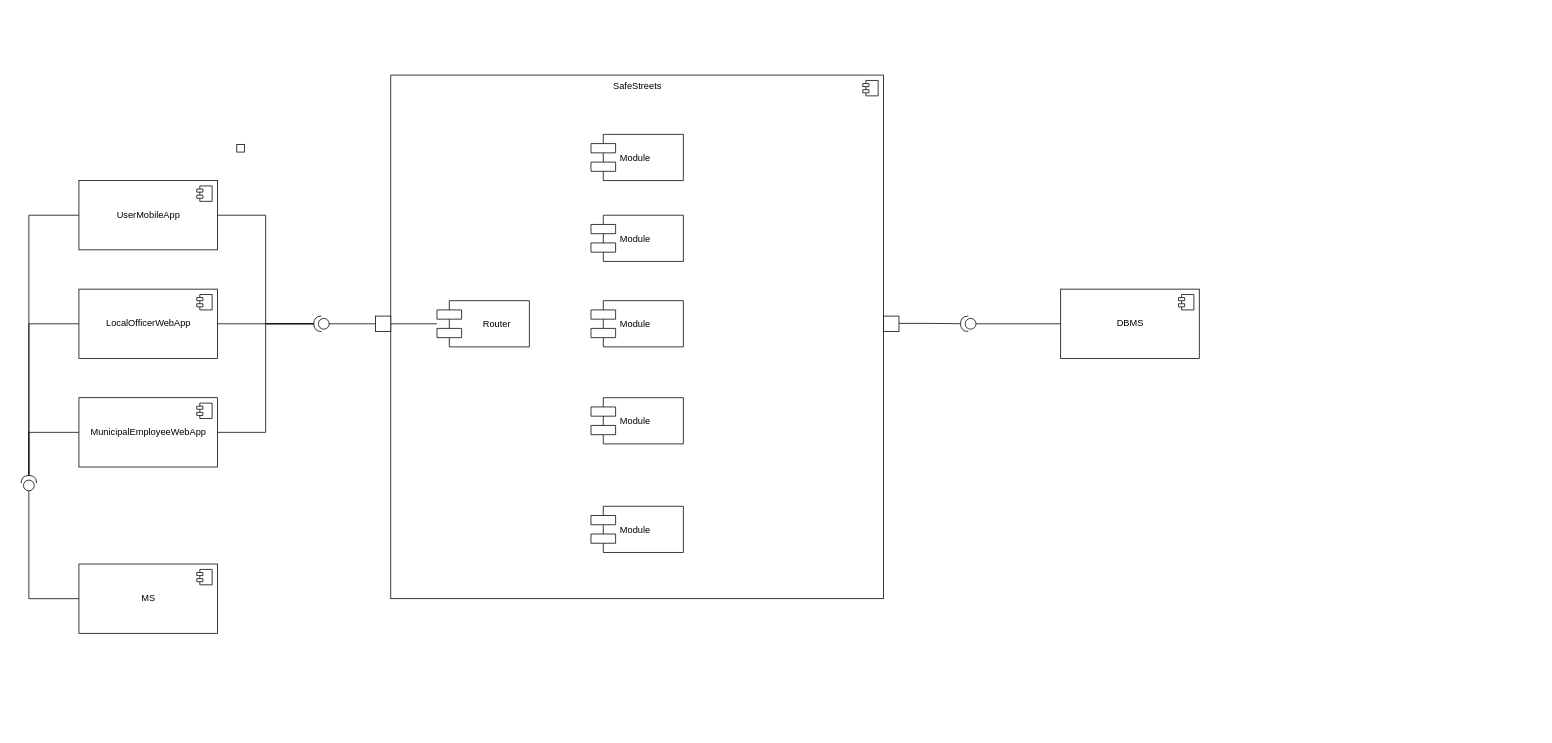
Above: DD/ComponentDiagram.drawio in MarkNuar/Project_SE2 (draw.io), before the change. Source tidied: cells renumbered, new cells numbered last; positions are measured from the earlier drawing's top-left corner, leaving out a move shared by most shapes. Both pictures are drawn from the tidied source at 77%, with x=0, y=0 at pixel (21, 75).
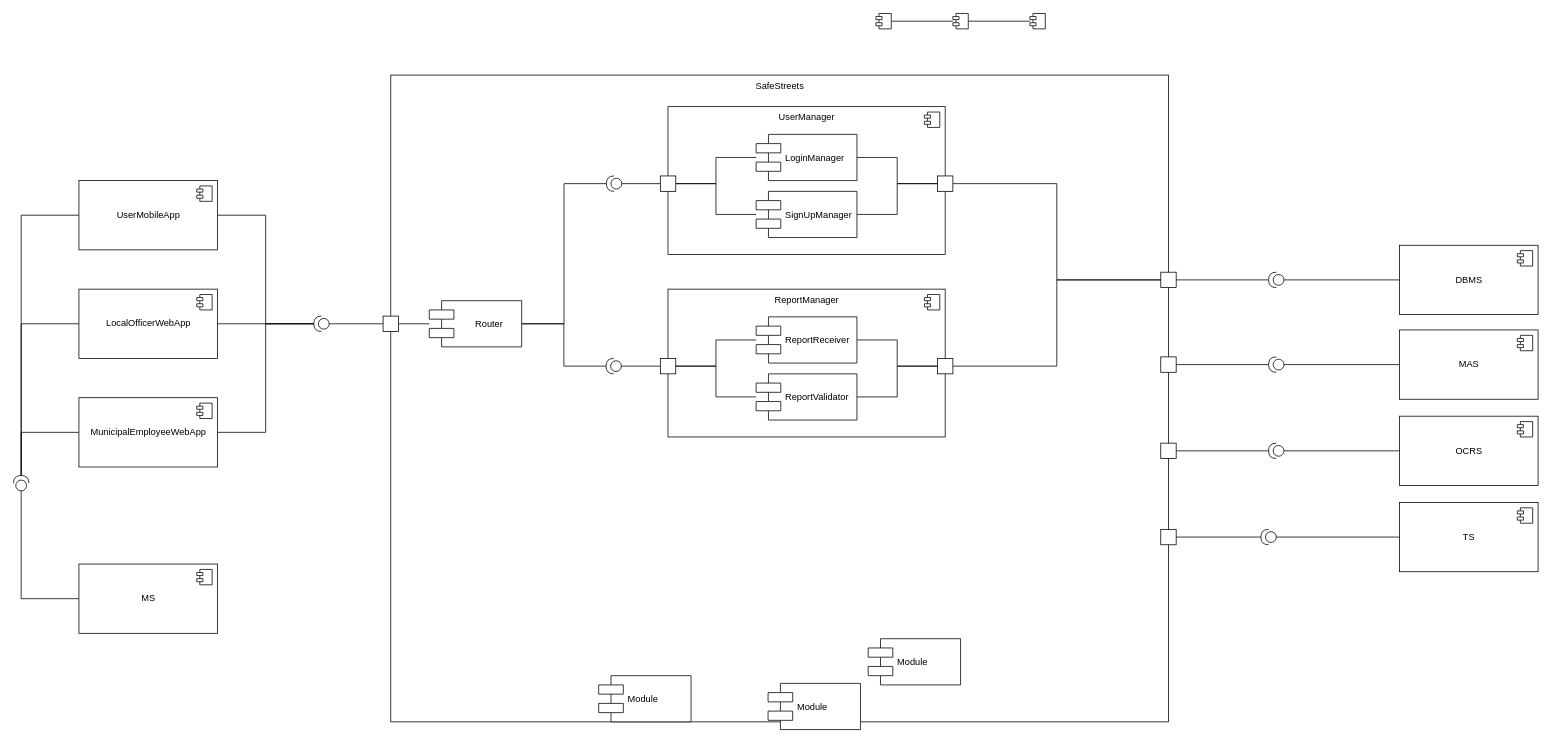
Above is the later version.

The change refers to these unchanged cells:
```xml
<mxCell id="12" style="shape=providedRequiredInterface;html=1;verticalLabelPosition=bottom;rotation=-180;" parent="1" vertex="1">
  <mxGeometry x="380" y="313" width="20" height="20" as="geometry" />
</mxCell>
```

What changed in the source:
```diff
@@
-    <mxCell id="2" value="SafeStreets" style="html=1;verticalAlign=top;" parent="1" vertex="1">
-      <mxGeometry x="480" width="640" height="680" as="geometry" />
-    </mxCell>
-    <mxCell id="3" style="shape=component;jettyWidth=8;jettyHeight=4;" parent="2" vertex="1">
-      <mxGeometry x="1" width="20" height="20" relative="1" as="geometry">
-        <mxPoint x="-27" y="7" as="offset" />
-      </mxGeometry>
-    </mxCell>
-    <mxCell id="4" value="Module" style="shape=component;align=left;spacingLeft=36;" parent="2" vertex="1">
-      <mxGeometry x="260" y="77" width="120" height="60" as="geometry" />
-    </mxCell>
-    <mxCell id="5" value="Module" style="shape=component;align=left;spacingLeft=36;" parent="2" vertex="1">
-      <mxGeometry x="260" y="182" width="120" height="60" as="geometry" />
-    </mxCell>
-    <mxCell id="6" value="Module" style="shape=component;align=left;spacingLeft=36;" parent="2" vertex="1">
-      <mxGeometry x="260" y="293" width="120" height="60" as="geometry" />
-    </mxCell>
-    <mxCell id="7" value="Module" style="shape=component;align=left;spacingLeft=36;" parent="2" vertex="1">
-      <mxGeometry x="260" y="419" width="120" height="60" as="geometry" />
-    </mxCell>
-    <mxCell id="8" value="Module" style="shape=component;align=left;spacingLeft=36;" parent="2" vertex="1">
-      <mxGeometry x="260" y="560" width="120" height="60" as="geometry" />
-    </mxCell>
@@
-    <mxCell id="16" style="edgeStyle=orthogonalEdgeStyle;rounded=0;jettySize=auto;html=1;entryX=0;entryY=0.5;entryDx=0;entryDy=0;entryPerimeter=0;startArrow=none;startFill=0;endArrow=none;endFill=0;" parent="1" edge="1" source="17" target="12">
-      <mxGeometry relative="1" as="geometry" />
-    </mxCell>
-    <mxCell id="17" value="Router" style="shape=component;align=center;spacingLeft=36;" parent="1" vertex="1">
-      <mxGeometry x="540" y="293" width="120" height="60" as="geometry" />
-    </mxCell>
@@
     <mxCell id="19" style="shape=providedRequiredInterface;html=1;verticalLabelPosition=bottom;fontSize=8;align=center;rotation=-90;" parent="1" vertex="1">
-      <mxGeometry y="520" width="20" height="20" as="geometry" />
+      <mxGeometry x="-10" y="520" width="20" height="20" as="geometry" />
     </mxCell>
-    <mxCell id="20" style="edgeStyle=orthogonalEdgeStyle;rounded=0;jettySize=auto;html=1;entryX=0;entryY=0.5;entryDx=0;entryDy=0;entryPerimeter=0;startArrow=none;startFill=0;endArrow=none;endFill=0;fontSize=8;exitX=0;exitY=0.5;exitDx=0;exitDy=0;" parent="1" edge="1" source="33" target="21">
-      <mxGeometry relative="1" as="geometry" />
-    </mxCell>
-    <mxCell id="21" style="shape=providedRequiredInterface;html=1;verticalLabelPosition=bottom;fontSize=8;align=center;rotation=180;" parent="1" vertex="1">
-      <mxGeometry x="1220" y="313" width="20" height="20" as="geometry" />
-    </mxCell>
-    <mxCell id="22" style="whiteSpace=wrap;html=1;align=center;" parent="1" vertex="1">
-      <mxGeometry x="280" y="90" width="10" height="10" as="geometry" />
-    </mxCell>
-    <mxCell id="23" style="whiteSpace=wrap;html=1;" parent="1" vertex="1">
-      <mxGeometry x="460" y="313" width="20" height="20" as="geometry" />
-    </mxCell>
@@
+    <mxCell id="2" value="SafeStreets" style="html=1;verticalAlign=top;" parent="1" vertex="1">
+      <mxGeometry x="480" width="1010" height="840" as="geometry" />
+    </mxCell>
+    <mxCell id="6" value="Module" style="shape=component;align=left;spacingLeft=36;" parent="1" vertex="1">
+      <mxGeometry x="1100" y="732" width="120" height="60" as="geometry" />
+    </mxCell>
+    <mxCell id="7" value="Module" style="shape=component;align=left;spacingLeft=36;" parent="1" vertex="1">
+      <mxGeometry x="750" y="780" width="120" height="60" as="geometry" />
+    </mxCell>
+    <mxCell id="8" value="Module" style="shape=component;align=left;spacingLeft=36;" parent="1" vertex="1">
+      <mxGeometry x="970" y="790" width="120" height="60" as="geometry" />
+    </mxCell>
+    <mxCell id="37" style="edgeStyle=orthogonalEdgeStyle;rounded=0;jettySize=auto;html=1;entryX=1;entryY=0.5;entryDx=0;entryDy=0;endArrow=none;endFill=0;" parent="1" edge="1" source="17" target="41">
+      <mxGeometry relative="1" as="geometry" />
+    </mxCell>
+    <mxCell id="38" style="edgeStyle=orthogonalEdgeStyle;rounded=0;jumpStyle=none;jettySize=auto;html=1;entryX=1;entryY=0.5;entryDx=0;entryDy=0;entryPerimeter=0;endArrow=none;endFill=0;" parent="1" edge="1" source="17" target="69">
+      <mxGeometry relative="1" as="geometry" />
+    </mxCell>
+    <mxCell id="39" style="edgeStyle=orthogonalEdgeStyle;rounded=0;jumpStyle=none;jettySize=auto;html=1;entryX=1;entryY=0.5;entryDx=0;entryDy=0;entryPerimeter=0;endArrow=none;endFill=0;" parent="1" edge="1" source="17" target="82">
+      <mxGeometry relative="1" as="geometry" />
+    </mxCell>
+    <mxCell id="17" value="Router" style="shape=component;align=center;spacingLeft=36;" parent="1" vertex="1">
+      <mxGeometry x="530" y="293" width="120" height="60" as="geometry" />
+    </mxCell>
+    <mxCell id="40" style="edgeStyle=orthogonalEdgeStyle;rounded=0;jettySize=auto;html=1;entryX=0;entryY=0.5;entryDx=0;entryDy=0;entryPerimeter=0;endArrow=none;endFill=0;" parent="1" edge="1" source="41" target="12">
+      <mxGeometry relative="1" as="geometry" />
+    </mxCell>
+    <mxCell id="41" style="whiteSpace=wrap;html=1;" parent="1" vertex="1">
+      <mxGeometry x="470" y="313" width="20" height="20" as="geometry" />
+    </mxCell>
+    <mxCell id="42" style="edgeStyle=orthogonalEdgeStyle;rounded=0;jettySize=auto;html=1;endArrow=none;endFill=0;" parent="1" edge="1" source="43" target="45">
+      <mxGeometry relative="1" as="geometry" />
+    </mxCell>
+    <mxCell id="43" style="shape=component;jettyWidth=8;jettyHeight=4;" parent="1" vertex="1">
+      <mxGeometry x="1310" y="-80" width="20" height="20" as="geometry">
+        <mxPoint x="-27" y="7" as="offset" />
+      </mxGeometry>
+    </mxCell>
+    <mxCell id="44" style="edgeStyle=orthogonalEdgeStyle;rounded=0;jettySize=auto;html=1;endArrow=none;endFill=0;" parent="1" edge="1" source="45" target="46">
+      <mxGeometry relative="1" as="geometry" />
+    </mxCell>
+    <mxCell id="45" style="shape=component;jettyWidth=8;jettyHeight=4;" parent="1" vertex="1">
+      <mxGeometry x="1210" y="-80" width="20" height="20" as="geometry">
+        <mxPoint x="-27" y="7" as="offset" />
+      </mxGeometry>
+    </mxCell>
+    <mxCell id="46" style="shape=component;jettyWidth=8;jettyHeight=4;" parent="1" vertex="1">
+      <mxGeometry x="1110" y="-80" width="20" height="20" as="geometry">
+        <mxPoint x="-27" y="7" as="offset" />
+      </mxGeometry>
+    </mxCell>
+    <mxCell id="47" style="group;" parent="1" vertex="1">
+      <mxGeometry x="1480" y="221" width="490" height="424" as="geometry" />
+    </mxCell>
-    <mxCell id="33" value="DBMS" style="html=1;align=center;" parent="1" vertex="1">
-      <mxGeometry x="1350" y="278" width="180" height="90" as="geometry" />
+    <mxCell id="33" value="DBMS" style="html=1;align=center;" parent="47" vertex="1">
+      <mxGeometry x="310" width="180" height="90" as="geometry" />
     </mxCell>
@@
-    <mxCell id="35" style="whiteSpace=wrap;html=1;" parent="1" vertex="1">
-      <mxGeometry x="1120" y="313" width="20" height="20" as="geometry" />
-    </mxCell>
-    <mxCell id="36" style="edgeStyle=orthogonalEdgeStyle;rounded=0;jettySize=auto;html=1;entryX=1;entryY=0.475;entryDx=0;entryDy=0;entryPerimeter=0;endArrow=none;endFill=0;" parent="1" edge="1" source="21" target="35">
-      <mxGeometry relative="1" as="geometry">
-        <Array as="points">
-          <mxPoint x="1180" y="323" />
-        </Array>
-      </mxGeometry>
-    </mxCell>
+    <mxCell id="21" style="shape=providedRequiredInterface;html=1;verticalLabelPosition=bottom;fontSize=8;align=center;rotation=180;" parent="47" vertex="1">
+      <mxGeometry x="140" y="35" width="20" height="20" as="geometry" />
+    </mxCell>
+    <mxCell id="20" style="edgeStyle=orthogonalEdgeStyle;rounded=0;jettySize=auto;html=1;entryX=0;entryY=0.5;entryDx=0;entryDy=0;entryPerimeter=0;startArrow=none;startFill=0;endArrow=none;endFill=0;fontSize=8;exitX=0;exitY=0.5;exitDx=0;exitDy=0;" parent="47" edge="1" source="33" target="21">
+      <mxGeometry relative="1" as="geometry" />
+    </mxCell>
+    <mxCell id="48" style="whiteSpace=wrap;html=1;" parent="47" vertex="1">
+      <mxGeometry y="35" width="20" height="20" as="geometry" />
+    </mxCell>
+    <mxCell id="49" style="edgeStyle=orthogonalEdgeStyle;rounded=0;jettySize=auto;html=1;entryX=1;entryY=0.5;entryDx=0;entryDy=0;endArrow=none;endFill=0;" parent="47" edge="1" source="21" target="48">
+      <mxGeometry relative="1" as="geometry" />
+    </mxCell>
+    <mxCell id="50" value="MAS" style="html=1;align=center;" parent="47" vertex="1">
+      <mxGeometry x="310" y="110" width="180" height="90" as="geometry" />
+    </mxCell>
+    <mxCell id="51" style="shape=component;jettyWidth=8;jettyHeight=4;" parent="50" vertex="1">
+      <mxGeometry x="1" width="20" height="20" relative="1" as="geometry">
+        <mxPoint x="-27" y="7" as="offset" />
+      </mxGeometry>
+    </mxCell>
+    <mxCell id="52" style="shape=providedRequiredInterface;html=1;verticalLabelPosition=bottom;fontSize=8;align=center;rotation=180;" parent="47" vertex="1">
+      <mxGeometry x="140" y="145" width="20" height="20" as="geometry" />
+    </mxCell>
+    <mxCell id="53" style="edgeStyle=orthogonalEdgeStyle;rounded=0;jettySize=auto;html=1;entryX=0;entryY=0.5;entryDx=0;entryDy=0;entryPerimeter=0;startArrow=none;startFill=0;endArrow=none;endFill=0;fontSize=8;exitX=0;exitY=0.5;exitDx=0;exitDy=0;" parent="47" edge="1" source="50" target="52">
+      <mxGeometry relative="1" as="geometry" />
+    </mxCell>
+    <mxCell id="54" style="whiteSpace=wrap;html=1;" parent="47" vertex="1">
+      <mxGeometry y="145" width="20" height="20" as="geometry" />
+    </mxCell>
+    <mxCell id="55" style="edgeStyle=orthogonalEdgeStyle;rounded=0;jettySize=auto;html=1;entryX=1;entryY=0.5;entryDx=0;entryDy=0;endArrow=none;endFill=0;" parent="47" edge="1" source="52" target="54">
+      <mxGeometry relative="1" as="geometry" />
+    </mxCell>
+    <mxCell id="56" value="OCRS" style="html=1;align=center;" parent="47" vertex="1">
+      <mxGeometry x="310" y="222" width="180" height="90" as="geometry" />
+    </mxCell>
+    <mxCell id="57" style="shape=component;jettyWidth=8;jettyHeight=4;" parent="56" vertex="1">
+      <mxGeometry x="1" width="20" height="20" relative="1" as="geometry">
+        <mxPoint x="-27" y="7" as="offset" />
+      </mxGeometry>
+    </mxCell>
+    <mxCell id="58" style="shape=providedRequiredInterface;html=1;verticalLabelPosition=bottom;fontSize=8;align=center;rotation=180;" parent="47" vertex="1">
+      <mxGeometry x="140" y="257" width="20" height="20" as="geometry" />
+    </mxCell>
+    <mxCell id="59" style="edgeStyle=orthogonalEdgeStyle;rounded=0;jettySize=auto;html=1;entryX=0;entryY=0.5;entryDx=0;entryDy=0;entryPerimeter=0;startArrow=none;startFill=0;endArrow=none;endFill=0;fontSize=8;exitX=0;exitY=0.5;exitDx=0;exitDy=0;" parent="47" edge="1" source="56" target="58">
+      <mxGeometry relative="1" as="geometry" />
+    </mxCell>
+    <mxCell id="60" style="whiteSpace=wrap;html=1;" parent="47" vertex="1">
+      <mxGeometry y="257" width="20" height="20" as="geometry" />
+    </mxCell>
+    <mxCell id="61" style="edgeStyle=orthogonalEdgeStyle;rounded=0;jettySize=auto;html=1;entryX=1;entryY=0.5;entryDx=0;entryDy=0;endArrow=none;endFill=0;" parent="47" edge="1" source="58" target="60">
+      <mxGeometry relative="1" as="geometry" />
+    </mxCell>
+    <mxCell id="62" value="TS" style="html=1;align=center;" parent="47" vertex="1">
+      <mxGeometry x="310" y="334" width="180" height="90" as="geometry" />
+    </mxCell>
+    <mxCell id="63" style="shape=component;jettyWidth=8;jettyHeight=4;" parent="62" vertex="1">
+      <mxGeometry x="1" width="20" height="20" relative="1" as="geometry">
+        <mxPoint x="-27" y="7" as="offset" />
+      </mxGeometry>
+    </mxCell>
+    <mxCell id="64" style="shape=providedRequiredInterface;html=1;verticalLabelPosition=bottom;fontSize=8;align=center;rotation=180;" parent="47" vertex="1">
+      <mxGeometry x="130" y="369" width="20" height="20" as="geometry" />
+    </mxCell>
+    <mxCell id="65" style="edgeStyle=orthogonalEdgeStyle;rounded=0;jettySize=auto;html=1;entryX=0;entryY=0.5;entryDx=0;entryDy=0;entryPerimeter=0;startArrow=none;startFill=0;endArrow=none;endFill=0;fontSize=8;exitX=0;exitY=0.5;exitDx=0;exitDy=0;" parent="47" edge="1" source="62" target="64">
+      <mxGeometry relative="1" as="geometry" />
+    </mxCell>
+    <mxCell id="66" style="whiteSpace=wrap;html=1;" parent="47" vertex="1">
+      <mxGeometry y="369" width="20" height="20" as="geometry" />
+    </mxCell>
+    <mxCell id="67" style="edgeStyle=orthogonalEdgeStyle;rounded=0;jettySize=auto;html=1;entryX=1;entryY=0.5;entryDx=0;entryDy=0;endArrow=none;endFill=0;" parent="47" edge="1" source="64" target="66">
+      <mxGeometry relative="1" as="geometry" />
+    </mxCell>
+    <mxCell id="68" style="group;" parent="1" vertex="1">
+      <mxGeometry x="760" y="41" width="440" height="192" as="geometry" />
+    </mxCell>
+    <mxCell id="69" style="shape=providedRequiredInterface;html=1;verticalLabelPosition=bottom;rotation=180;" parent="68" vertex="1">
+      <mxGeometry y="90" width="20" height="20" as="geometry" />
+    </mxCell>
+    <mxCell id="70" style="edgeStyle=orthogonalEdgeStyle;rounded=0;jettySize=auto;html=1;entryX=0;entryY=0.5;entryDx=0;entryDy=0;entryPerimeter=0;endArrow=none;endFill=0;" parent="68" edge="1" source="75" target="69">
+      <mxGeometry relative="1" as="geometry" />
+    </mxCell>
+    <mxCell id="71" value="UserManager" style="html=1;verticalAlign=top;" parent="68" vertex="1">
+      <mxGeometry x="80" width="360" height="192" as="geometry" />
+    </mxCell>
+    <mxCell id="72" style="shape=component;jettyWidth=8;jettyHeight=4;" parent="68" vertex="1">
+      <mxGeometry x="1" width="20" height="20" relative="1" as="geometry">
+        <mxPoint x="-27" y="7" as="offset" />
+      </mxGeometry>
+    </mxCell>
+    <mxCell id="73" style="edgeStyle=orthogonalEdgeStyle;rounded=0;jettySize=auto;html=1;entryX=1;entryY=0.5;entryDx=0;entryDy=0;endArrow=none;endFill=0;" parent="68" edge="1" source="4" target="75">
+      <mxGeometry relative="1" as="geometry" />
+    </mxCell>
+    <mxCell id="4" value="LoginManager" style="shape=component;align=left;spacingLeft=36;" parent="68" vertex="1">
+      <mxGeometry x="194.5" y="36" width="130.9" height="60" as="geometry" />
+    </mxCell>
+    <mxCell id="74" style="edgeStyle=orthogonalEdgeStyle;rounded=0;jettySize=auto;html=1;entryX=1;entryY=0.5;entryDx=0;entryDy=0;endArrow=none;endFill=0;" parent="68" edge="1" source="5" target="75">
+      <mxGeometry relative="1" as="geometry" />
+    </mxCell>
+    <mxCell id="5" value="SignUpManager" style="shape=component;align=left;spacingLeft=36;" parent="68" vertex="1">
+      <mxGeometry x="194.5" y="110" width="130.9" height="60" as="geometry" />
+    </mxCell>
+    <mxCell id="75" style="whiteSpace=wrap;html=1;" parent="68" vertex="1">
+      <mxGeometry x="70.1" y="90" width="20" height="20" as="geometry" />
+    </mxCell>
+    <mxCell id="76" style="edgeStyle=orthogonalEdgeStyle;rounded=0;jumpStyle=none;jettySize=auto;html=1;entryX=0;entryY=0.5;entryDx=0;entryDy=0;endArrow=none;endFill=0;" parent="1" edge="1" source="77" target="48">
+      <mxGeometry relative="1" as="geometry" />
+    </mxCell>
+    <mxCell id="77" style="whiteSpace=wrap;html=1;" parent="1" vertex="1">
+      <mxGeometry x="1190" y="131" width="20" height="20" as="geometry" />
+    </mxCell>
+    <mxCell id="78" style="edgeStyle=orthogonalEdgeStyle;rounded=0;jettySize=auto;html=1;entryX=0;entryY=0.5;entryDx=0;entryDy=0;endArrow=none;endFill=0;" parent="1" edge="1" source="4" target="77">
+      <mxGeometry relative="1" as="geometry" />
+    </mxCell>
+    <mxCell id="79" style="edgeStyle=orthogonalEdgeStyle;rounded=0;jettySize=auto;html=1;entryX=0;entryY=0.5;entryDx=0;entryDy=0;endArrow=none;endFill=0;" parent="1" edge="1" source="5" target="77">
+      <mxGeometry relative="1" as="geometry" />
+    </mxCell>
+    <mxCell id="80" style="edgeStyle=orthogonalEdgeStyle;rounded=0;jettySize=auto;html=1;entryX=0;entryY=0.5;entryDx=0;entryDy=0;endArrow=none;endFill=0;" parent="1" edge="1" source="87" target="92">
+      <mxGeometry relative="1" as="geometry" />
+    </mxCell>
+    <mxCell id="81" style="edgeStyle=orthogonalEdgeStyle;rounded=0;jettySize=auto;html=1;entryX=0;entryY=0.5;entryDx=0;entryDy=0;endArrow=none;endFill=0;" parent="1" edge="1" source="89" target="92">
+      <mxGeometry relative="1" as="geometry" />
+    </mxCell>
+    <mxCell id="82" style="shape=providedRequiredInterface;html=1;verticalLabelPosition=bottom;rotation=180;" parent="1" vertex="1">
+      <mxGeometry x="759.5" y="368" width="20" height="20" as="geometry" />
+    </mxCell>
+    <mxCell id="83" style="edgeStyle=orthogonalEdgeStyle;rounded=0;jettySize=auto;html=1;entryX=0;entryY=0.5;entryDx=0;entryDy=0;entryPerimeter=0;endArrow=none;endFill=0;" parent="1" edge="1" source="90" target="82">
+      <mxGeometry relative="1" as="geometry" />
+    </mxCell>
+    <mxCell id="84" value="ReportManager" style="html=1;verticalAlign=top;" parent="1" vertex="1">
+      <mxGeometry x="840" y="278" width="360" height="192" as="geometry" />
+    </mxCell>
+    <mxCell id="85" style="shape=component;jettyWidth=8;jettyHeight=4;" parent="84" vertex="1">
+      <mxGeometry x="1" width="20" height="20" relative="1" as="geometry">
+        <mxPoint x="-27" y="7" as="offset" />
+      </mxGeometry>
+    </mxCell>
+    <mxCell id="86" style="edgeStyle=orthogonalEdgeStyle;rounded=0;jettySize=auto;html=1;entryX=1;entryY=0.5;entryDx=0;entryDy=0;endArrow=none;endFill=0;" parent="84" edge="1" source="87" target="90">
+      <mxGeometry relative="1" as="geometry" />
+    </mxCell>
+    <mxCell id="87" value="ReportReceiver" style="shape=component;align=left;spacingLeft=36;" parent="84" vertex="1">
+      <mxGeometry x="114.5" y="36" width="130.9" height="60" as="geometry" />
+    </mxCell>
+    <mxCell id="88" style="edgeStyle=orthogonalEdgeStyle;rounded=0;jettySize=auto;html=1;entryX=1;entryY=0.5;entryDx=0;entryDy=0;endArrow=none;endFill=0;" parent="84" edge="1" source="89" target="90">
+      <mxGeometry relative="1" as="geometry" />
+    </mxCell>
+    <mxCell id="89" value="ReportValidator" style="shape=component;align=left;spacingLeft=36;" parent="84" vertex="1">
+      <mxGeometry x="114.5" y="110" width="130.9" height="60" as="geometry" />
+    </mxCell>
+    <mxCell id="90" style="whiteSpace=wrap;html=1;" parent="84" vertex="1">
+      <mxGeometry x="-9.9" y="90" width="20" height="20" as="geometry" />
+    </mxCell>
+    <mxCell id="91" style="edgeStyle=orthogonalEdgeStyle;rounded=0;jumpStyle=none;jettySize=auto;html=1;entryX=0;entryY=0.5;entryDx=0;entryDy=0;endArrow=none;endFill=0;" parent="1" edge="1" source="92" target="48">
+      <mxGeometry relative="1" as="geometry" />
+    </mxCell>
+    <mxCell id="92" style="whiteSpace=wrap;html=1;" parent="1" vertex="1">
+      <mxGeometry x="1190" y="368" width="20" height="20" as="geometry" />
+    </mxCell>
+    <mxCell id="93" style="edgeStyle=orthogonalEdgeStyle;rounded=0;jumpStyle=none;jettySize=auto;html=1;entryX=0;entryY=0.5;entryDx=0;entryDy=0;endArrow=none;endFill=0;" parent="1" edge="1" source="87" target="92">
+      <mxGeometry relative="1" as="geometry" />
+    </mxCell>
+    <mxCell id="94" style="edgeStyle=orthogonalEdgeStyle;rounded=0;jumpStyle=none;jettySize=auto;html=1;entryX=0;entryY=0.5;entryDx=0;entryDy=0;endArrow=none;endFill=0;" parent="1" edge="1" source="89" target="92">
+      <mxGeometry relative="1" as="geometry" />
+    </mxCell>
```
